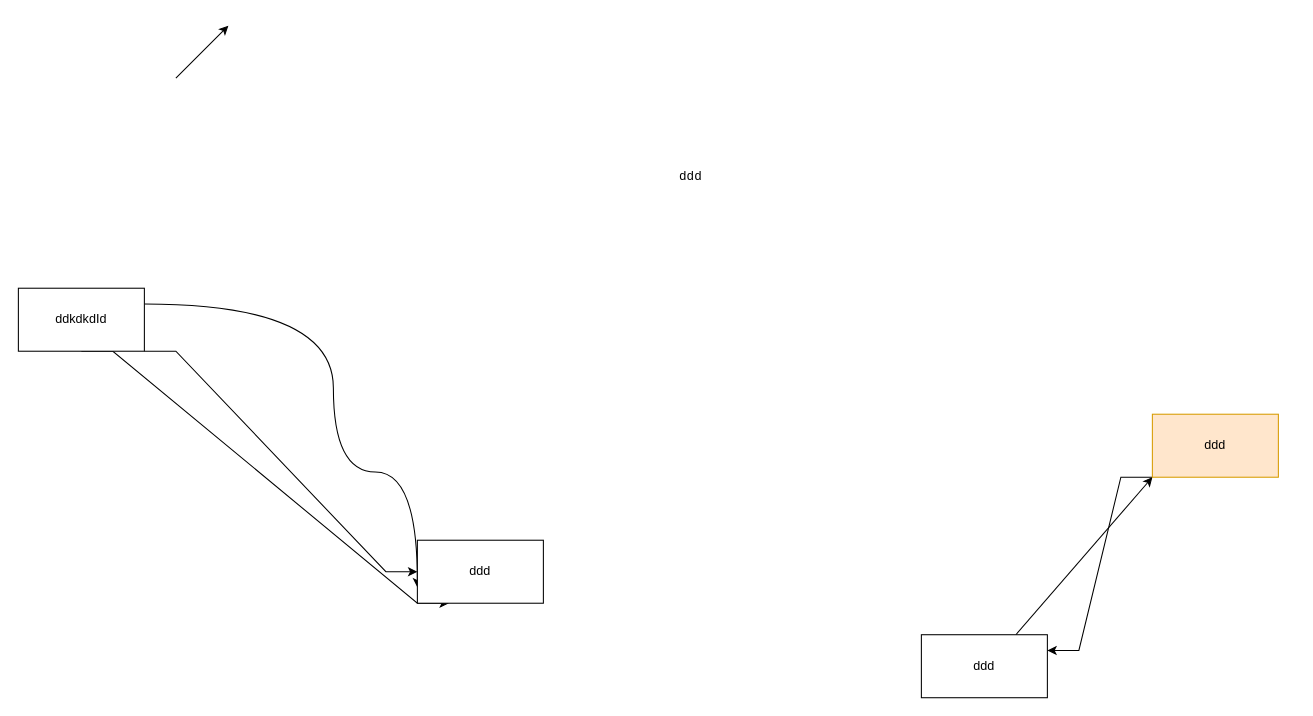
The draw.io diagram test0.drawio in Brandon-Valley/draw_io_diagrams, before the edit. Source tidied: cells renumbered, new cells numbered last; positions are measured from the earlier drawing's top-left corner, leaving out a move shared by most shapes. Both pictures are drawn from the tidied source at 105%, with x=0, y=0 at pixel (18, 25).
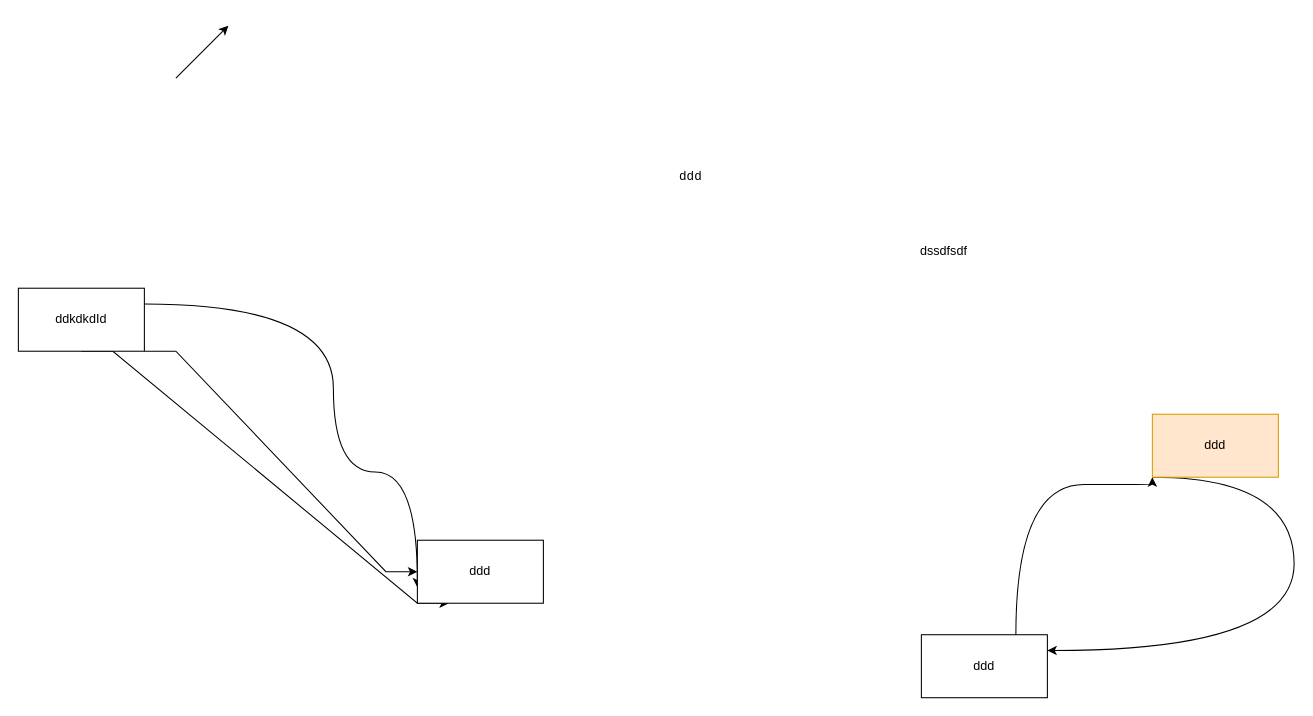
After the change.

The change refers to these unchanged cells:
```xml
<mxCell id="10" value="ddd" style="rounded=0;whiteSpace=wrap;html=1;" parent="1" vertex="1">
  <mxGeometry x="860" y="580" width="120" height="60" as="geometry" />
</mxCell>
<mxCell id="12" value="ddd" style="rounded=0;whiteSpace=wrap;html=1;fillColor=#ffe6cc;strokeColor=#d79b00;" parent="1" vertex="1">
  <mxGeometry x="1080" y="370" width="120" height="60" as="geometry" />
</mxCell>
```

Change to the diagram source:
```diff
@@
-    <mxCell id="9" style="rounded=0;jettySize=auto;html=1;exitX=0.75;exitY=0;exitDx=0;exitDy=0;entryX=0;entryY=1;entryDx=0;entryDy=0;" parent="1" edge="1" source="10" target="12">
-      <mxGeometry relative="1" as="geometry" />
+    <mxCell id="9" style="rounded=0;jettySize=auto;html=1;exitX=0.75;exitY=0;exitDx=0;exitDy=0;entryX=0;entryY=1;entryDx=0;entryDy=0;edgeStyle=orthogonalEdgeStyle;curved=1;" parent="1" edge="1" source="10" target="12">
+      <mxGeometry relative="1" as="geometry">
+        <Array as="points">
+          <mxPoint x="950" y="437" />
+          <mxPoint x="1080" y="437" />
+        </Array>
+      </mxGeometry>
     </mxCell>
@@
-    <mxCell id="11" style="rounded=0;jettySize=auto;html=1;exitX=0;exitY=1;exitDx=0;exitDy=0;entryX=1;entryY=0.25;entryDx=0;entryDy=0;edgeStyle=entityRelationEdgeStyle;" parent="1" edge="1" source="12" target="10">
-      <mxGeometry relative="1" as="geometry" />
+    <mxCell id="11" style="rounded=0;jettySize=auto;html=1;exitX=0;exitY=1;exitDx=0;exitDy=0;entryX=1;entryY=0.25;entryDx=0;entryDy=0;edgeStyle=orthogonalEdgeStyle;curved=1;" parent="1" edge="1" source="12" target="10">
+      <mxGeometry relative="1" as="geometry">
+        <Array as="points">
+          <mxPoint x="1215" y="430" />
+          <mxPoint x="1215" y="595" />
+        </Array>
+      </mxGeometry>
     </mxCell>
@@
+    <mxCell id="13" value="dssdfsdf" style="text;html=1;align=center;verticalAlign=middle;strokeColor=none;fillColor=none;" parent="1" vertex="1">
+      <mxGeometry x="847.5" y="202" width="66" height="26" as="geometry" />
+    </mxCell>
```
